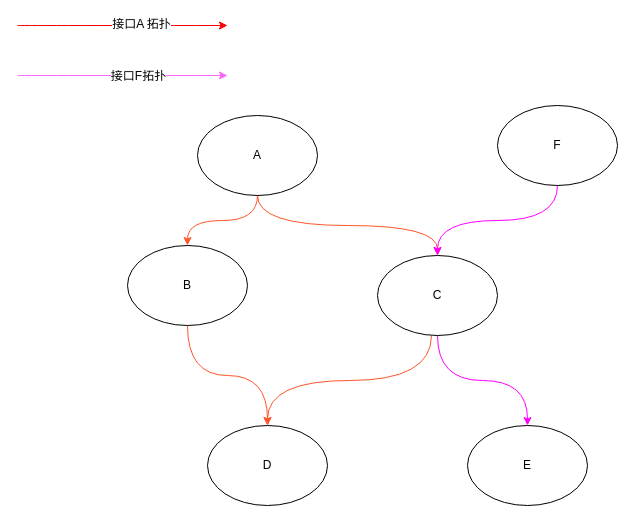
This is 接口交叉拓扑.drawio from biuboombiuboom/mydrawio, a draw.io file, before an edit. Source tidied: cells renumbered, new cells numbered last; positions are measured from the earlier drawing's top-left corner, leaving out a move shared by most shapes. Both pictures are drawn from the tidied source at 100%, with x=0, y=0 at pixel (17, 25).
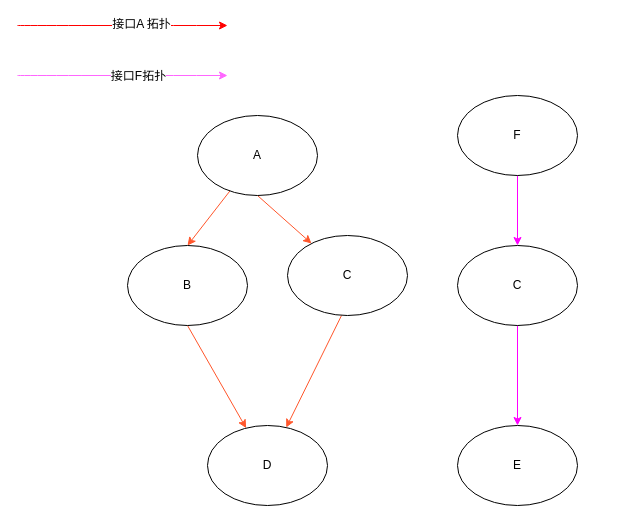
After the change.

Commit message:
更新接口交叉拓扑.drawio

The change refers to these unchanged cells:
```xml
<mxCell id="4" value="A" style="ellipse;whiteSpace=wrap;html=1;" parent="1" vertex="1">
  <mxGeometry x="180" y="90" width="120" height="80" as="geometry" />
</mxCell>
<mxCell id="6" value="B" style="ellipse;whiteSpace=wrap;html=1;" parent="1" vertex="1">
  <mxGeometry x="110" y="220" width="120" height="80" as="geometry" />
</mxCell>
<mxCell id="10" value="D" style="ellipse;whiteSpace=wrap;html=1;" parent="1" vertex="1">
  <mxGeometry x="190" y="400" width="120" height="80" as="geometry" />
</mxCell>
```

Change to the diagram source:
```diff
@@
-    <mxCell id="2" style="edgeStyle=orthogonalEdgeStyle;rounded=0;jettySize=auto;html=1;entryX=0.5;entryY=0;entryDx=0;entryDy=0;curved=1;strokeColor=#FF562B;" parent="1" edge="1" source="4" target="6">
+    <mxCell id="2" style="rounded=0;jettySize=auto;html=1;entryX=0.5;entryY=0;entryDx=0;entryDy=0;strokeColor=#FF562B;" parent="1" edge="1" source="4" target="6">
       <mxGeometry relative="1" as="geometry" />
     </mxCell>
-    <mxCell id="3" style="edgeStyle=orthogonalEdgeStyle;curved=1;rounded=0;jettySize=auto;html=1;exitX=0.5;exitY=1;exitDx=0;exitDy=0;strokeColor=#FF562B;" parent="1" edge="1" source="4" target="9">
+    <mxCell id="3" style="rounded=0;jettySize=auto;html=1;exitX=0.5;exitY=1;exitDx=0;exitDy=0;strokeColor=#FF562B;" parent="1" edge="1" source="4" target="9">
       <mxGeometry relative="1" as="geometry" />
     </mxCell>
@@
-    <mxCell id="5" style="edgeStyle=orthogonalEdgeStyle;curved=1;rounded=0;jettySize=auto;html=1;strokeColor=#FF562B;exitX=0.5;exitY=1;exitDx=0;exitDy=0;" parent="1" edge="1" source="6" target="10">
+    <mxCell id="5" style="rounded=0;jettySize=auto;html=1;strokeColor=#FF562B;exitX=0.5;exitY=1;exitDx=0;exitDy=0;" parent="1" edge="1" source="6" target="10">
       <mxGeometry relative="1" as="geometry" />
     </mxCell>
@@
-    <mxCell id="7" style="edgeStyle=orthogonalEdgeStyle;curved=1;rounded=0;jettySize=auto;html=1;exitX=0.5;exitY=1;exitDx=0;exitDy=0;strokeColor=#FF00FF;" parent="1" edge="1" source="9" target="13">
+    <mxCell id="7" style="rounded=0;jettySize=auto;html=1;exitX=0.5;exitY=1;exitDx=0;exitDy=0;strokeColor=#FF00FF;" parent="1" edge="1" source="18" target="13">
       <mxGeometry relative="1" as="geometry" />
     </mxCell>
-    <mxCell id="8" style="edgeStyle=orthogonalEdgeStyle;curved=1;rounded=0;jettySize=auto;html=1;exitX=0.45;exitY=1;exitDx=0;exitDy=0;exitPerimeter=0;strokeColor=#FF562B;" parent="1" edge="1" source="9" target="10">
+    <mxCell id="8" style="rounded=0;jettySize=auto;html=1;exitX=0.45;exitY=1;exitDx=0;exitDy=0;exitPerimeter=0;strokeColor=#FF562B;" parent="1" edge="1" source="9" target="10">
       <mxGeometry relative="1" as="geometry" />
     </mxCell>
     <mxCell id="9" value="C" style="ellipse;whiteSpace=wrap;html=1;" parent="1" vertex="1">
-      <mxGeometry x="360" y="230" width="120" height="80" as="geometry" />
+      <mxGeometry x="270" y="210" width="120" height="80" as="geometry" />
     </mxCell>
@@
-    <mxCell id="11" style="edgeStyle=orthogonalEdgeStyle;curved=1;rounded=0;jettySize=auto;html=1;entryX=0.5;entryY=0;entryDx=0;entryDy=0;strokeColor=#FF00FF;" parent="1" edge="1" source="12" target="9">
+    <mxCell id="11" style="rounded=0;jettySize=auto;html=1;entryX=0.5;entryY=0;entryDx=0;entryDy=0;strokeColor=#FF00FF;exitX=0.5;exitY=1;exitDx=0;exitDy=0;" parent="1" edge="1" source="12" target="18">
       <mxGeometry relative="1" as="geometry" />
     </mxCell>
     <mxCell id="12" value="F" style="ellipse;whiteSpace=wrap;html=1;" parent="1" vertex="1">
-      <mxGeometry x="480" y="80" width="120" height="80" as="geometry" />
+      <mxGeometry x="440" y="70" width="120" height="80" as="geometry" />
     </mxCell>
     <mxCell id="13" value="E" style="ellipse;whiteSpace=wrap;html=1;" parent="1" vertex="1">
-      <mxGeometry x="450" y="400" width="120" height="80" as="geometry" />
+      <mxGeometry x="440" y="400" width="120" height="80" as="geometry" />
     </mxCell>
@@
+    <mxCell id="18" value="C" style="ellipse;whiteSpace=wrap;html=1;" parent="1" vertex="1">
+      <mxGeometry x="440" y="220" width="120" height="80" as="geometry" />
+    </mxCell>
```
